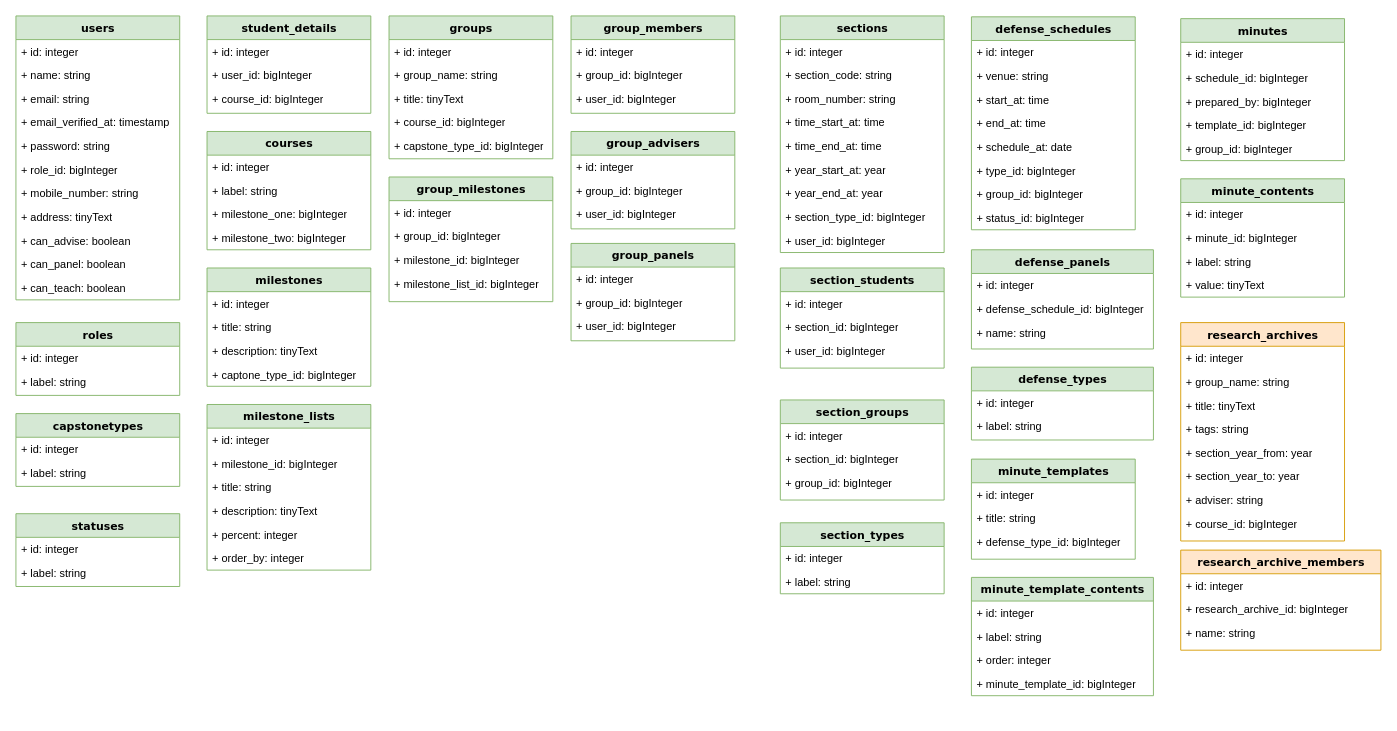
Above: database/schema.drawio in elur123/ccerms-api (draw.io), before the change. Source tidied: cells renumbered, new cells numbered last; positions are measured from the earlier drawing's top-left corner, leaving out a move shared by most shapes. Both pictures are drawn from the tidied source at 91%, with x=0, y=0 at pixel (15, 15).
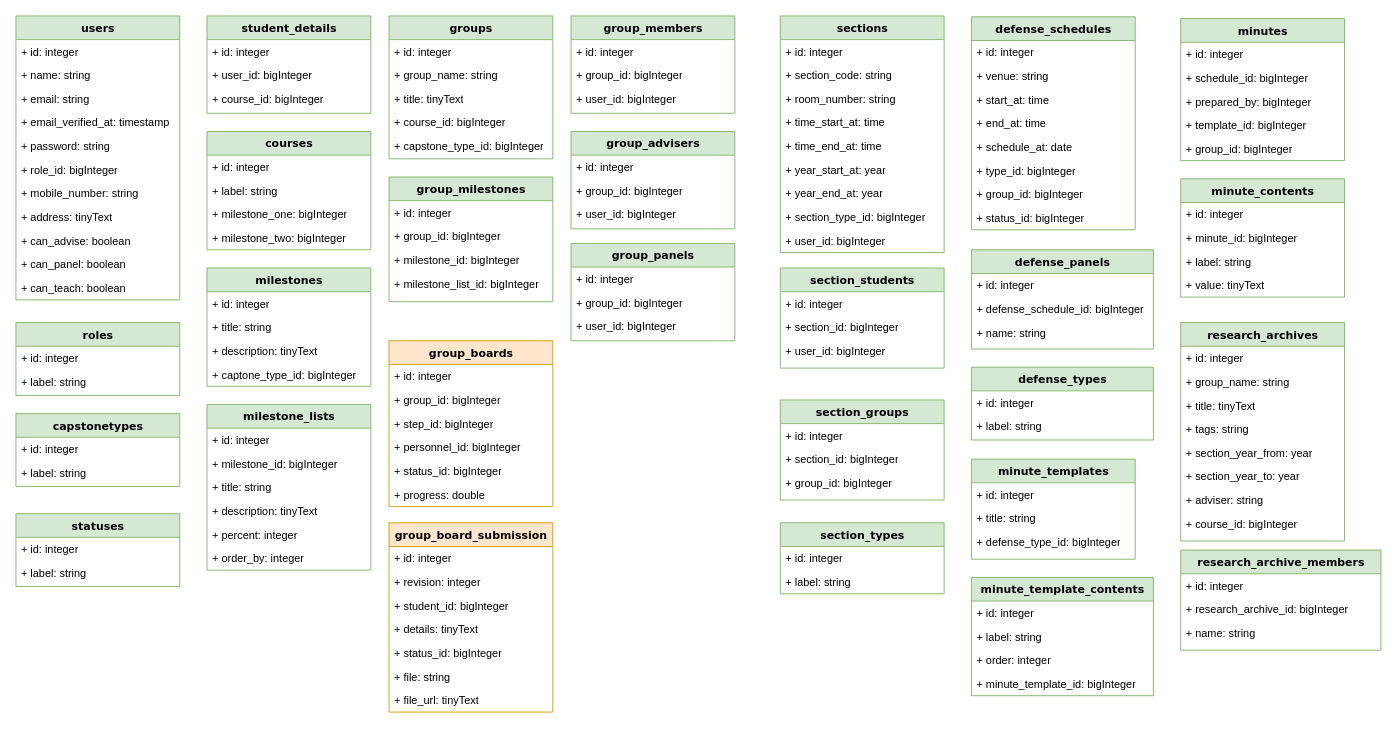
Above is the later version.

Commit message (it also covers changes not shown here):
Group step board

What changed in the source:
```diff
@@
-    <mxCell id="124" value="research_archives" style="swimlane;html=1;fontStyle=1;align=center;verticalAlign=top;horizontal=1;startSize=26;swimlaneFillColor=#ffffff;rounded=0;shadow=0;comic=0;labelBackgroundColor=none;strokeWidth=1;fillColor=#ffe6cc;fontFamily=Verdana;fontSize=12;strokeColor=#d79b00;" parent="1" vertex="1">
+    <mxCell id="124" value="research_archives" style="swimlane;html=1;fontStyle=1;align=center;verticalAlign=top;horizontal=1;startSize=26;swimlaneFillColor=#ffffff;rounded=0;shadow=0;comic=0;labelBackgroundColor=none;strokeWidth=1;fillColor=#d5e8d4;fontFamily=Verdana;fontSize=12;strokeColor=#82b366;" parent="1" vertex="1">
       <mxGeometry x="1280" y="337" width="180" height="240" as="geometry" />
     </mxCell>
@@
-    <mxCell id="133" value="research_archive_members" style="swimlane;html=1;fontStyle=1;align=center;verticalAlign=top;horizontal=1;startSize=26;swimlaneFillColor=#ffffff;rounded=0;shadow=0;comic=0;labelBackgroundColor=none;strokeWidth=1;fillColor=#ffe6cc;fontFamily=Verdana;fontSize=12;strokeColor=#d79b00;" parent="1" vertex="1">
+    <mxCell id="133" value="research_archive_members" style="swimlane;html=1;fontStyle=1;align=center;verticalAlign=top;horizontal=1;startSize=26;swimlaneFillColor=#ffffff;rounded=0;shadow=0;comic=0;labelBackgroundColor=none;strokeWidth=1;fillColor=#d5e8d4;fontFamily=Verdana;fontSize=12;strokeColor=#82b366;" parent="1" vertex="1">
       <mxGeometry x="1280" y="587" width="220" height="110" as="geometry" />
     </mxCell>
@@
+    <mxCell id="137" value="group_boards" style="swimlane;html=1;fontStyle=1;align=center;verticalAlign=top;horizontal=1;startSize=26;swimlaneFillColor=#ffffff;rounded=0;shadow=0;comic=0;labelBackgroundColor=none;strokeWidth=1;fillColor=#ffe6cc;fontFamily=Verdana;fontSize=12;strokeColor=#d79b00;" parent="1" vertex="1">
+      <mxGeometry x="410" y="357" width="180" height="182" as="geometry" />
+    </mxCell>
+    <mxCell id="138" value="+ id: integer" style="text;html=1;strokeColor=none;fillColor=none;align=left;verticalAlign=top;spacingLeft=4;spacingRight=4;whiteSpace=wrap;overflow=hidden;" parent="137" vertex="1">
+      <mxGeometry y="26" width="180" height="26" as="geometry" />
+    </mxCell>
+    <mxCell id="139" value="+ group_id: bigInteger" style="text;html=1;strokeColor=none;fillColor=none;align=left;verticalAlign=top;spacingLeft=4;spacingRight=4;whiteSpace=wrap;overflow=hidden;" parent="137" vertex="1">
+      <mxGeometry y="52" width="180" height="26" as="geometry" />
+    </mxCell>
+    <mxCell id="140" value="+ step_id: bigInteger" style="text;html=1;strokeColor=none;fillColor=none;align=left;verticalAlign=top;spacingLeft=4;spacingRight=4;whiteSpace=wrap;overflow=hidden;" parent="137" vertex="1">
+      <mxGeometry y="78" width="180" height="26" as="geometry" />
+    </mxCell>
+    <mxCell id="141" value="+ personnel_id: bigInteger" style="text;html=1;strokeColor=none;fillColor=none;align=left;verticalAlign=top;spacingLeft=4;spacingRight=4;whiteSpace=wrap;overflow=hidden;" parent="137" vertex="1">
+      <mxGeometry y="104" width="180" height="26" as="geometry" />
+    </mxCell>
+    <mxCell id="142" value="+ status_id: bigInteger" style="text;html=1;strokeColor=none;fillColor=none;align=left;verticalAlign=top;spacingLeft=4;spacingRight=4;whiteSpace=wrap;overflow=hidden;" parent="137" vertex="1">
+      <mxGeometry y="130" width="180" height="26" as="geometry" />
+    </mxCell>
+    <mxCell id="143" value="+ progress: double" style="text;html=1;strokeColor=none;fillColor=none;align=left;verticalAlign=top;spacingLeft=4;spacingRight=4;whiteSpace=wrap;overflow=hidden;" parent="137" vertex="1">
+      <mxGeometry y="156" width="180" height="26" as="geometry" />
+    </mxCell>
+    <mxCell id="144" value="group_board_submission" style="swimlane;html=1;fontStyle=1;align=center;verticalAlign=top;horizontal=1;startSize=26;swimlaneFillColor=#ffffff;rounded=0;shadow=0;comic=0;labelBackgroundColor=none;strokeWidth=1;fillColor=#ffe6cc;fontFamily=Verdana;fontSize=12;strokeColor=#d79b00;" parent="1" vertex="1">
+      <mxGeometry x="410" y="557" width="180" height="208" as="geometry" />
+    </mxCell>
+    <mxCell id="145" value="+ id: integer" style="text;html=1;strokeColor=none;fillColor=none;align=left;verticalAlign=top;spacingLeft=4;spacingRight=4;whiteSpace=wrap;overflow=hidden;" parent="144" vertex="1">
+      <mxGeometry y="26" width="180" height="26" as="geometry" />
+    </mxCell>
+    <mxCell id="146" value="+ revision: integer" style="text;html=1;strokeColor=none;fillColor=none;align=left;verticalAlign=top;spacingLeft=4;spacingRight=4;whiteSpace=wrap;overflow=hidden;" parent="144" vertex="1">
+      <mxGeometry y="52" width="180" height="26" as="geometry" />
+    </mxCell>
+    <mxCell id="147" value="+ student_id: bigInteger" style="text;html=1;strokeColor=none;fillColor=none;align=left;verticalAlign=top;spacingLeft=4;spacingRight=4;whiteSpace=wrap;overflow=hidden;" parent="144" vertex="1">
+      <mxGeometry y="78" width="180" height="26" as="geometry" />
+    </mxCell>
+    <mxCell id="148" value="+ details: tinyText" style="text;html=1;strokeColor=none;fillColor=none;align=left;verticalAlign=top;spacingLeft=4;spacingRight=4;whiteSpace=wrap;overflow=hidden;" parent="144" vertex="1">
+      <mxGeometry y="104" width="180" height="26" as="geometry" />
+    </mxCell>
+    <mxCell id="149" value="+ status_id: bigInteger" style="text;html=1;strokeColor=none;fillColor=none;align=left;verticalAlign=top;spacingLeft=4;spacingRight=4;whiteSpace=wrap;overflow=hidden;" parent="144" vertex="1">
+      <mxGeometry y="130" width="180" height="26" as="geometry" />
+    </mxCell>
+    <mxCell id="150" value="+ file: string" style="text;html=1;strokeColor=none;fillColor=none;align=left;verticalAlign=top;spacingLeft=4;spacingRight=4;whiteSpace=wrap;overflow=hidden;" parent="144" vertex="1">
+      <mxGeometry y="156" width="180" height="26" as="geometry" />
+    </mxCell>
+    <mxCell id="151" value="+ file_url: tinyText" style="text;html=1;strokeColor=none;fillColor=none;align=left;verticalAlign=top;spacingLeft=4;spacingRight=4;whiteSpace=wrap;overflow=hidden;" parent="144" vertex="1">
+      <mxGeometry y="182" width="180" height="26" as="geometry" />
+    </mxCell>
```
